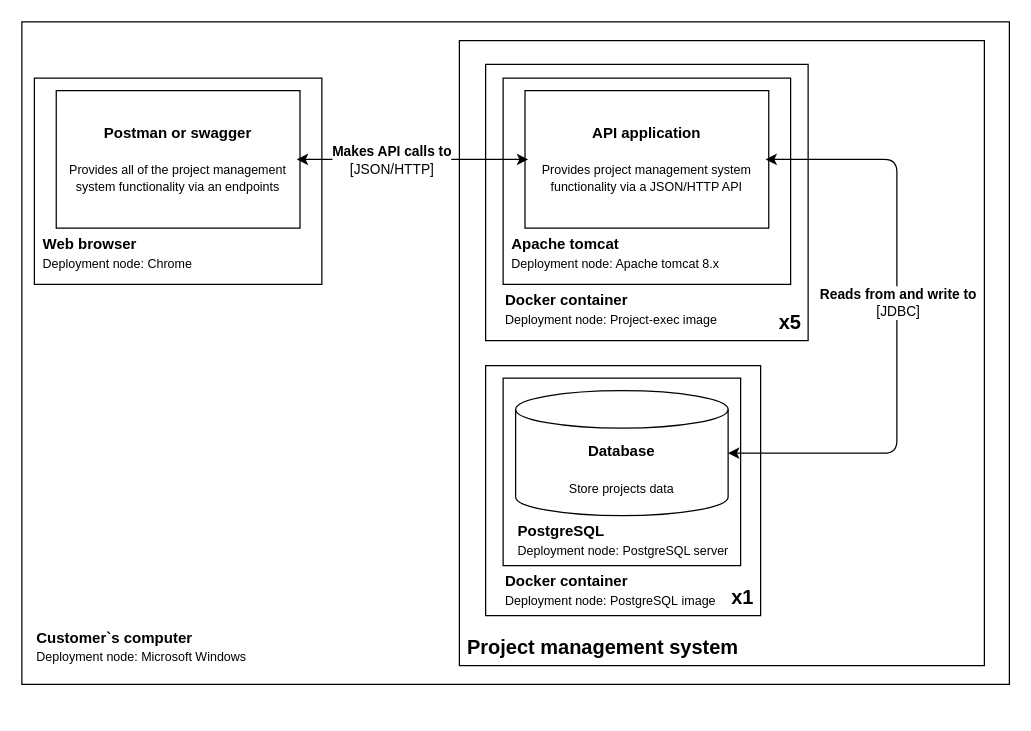
PavelNaymovets/project_management_system keeps this draw.io diagram as doc/arch/deployment/drawio/deployment diagram.drawio. Above is the earlier version. Source tidied: cells renumbered, new cells numbered last; positions are measured from the earlier drawing's top-left corner, leaving out a move shared by most shapes. Both pictures are drawn from the tidied source at 125%, with x=0, y=0 at pixel (21, 21).
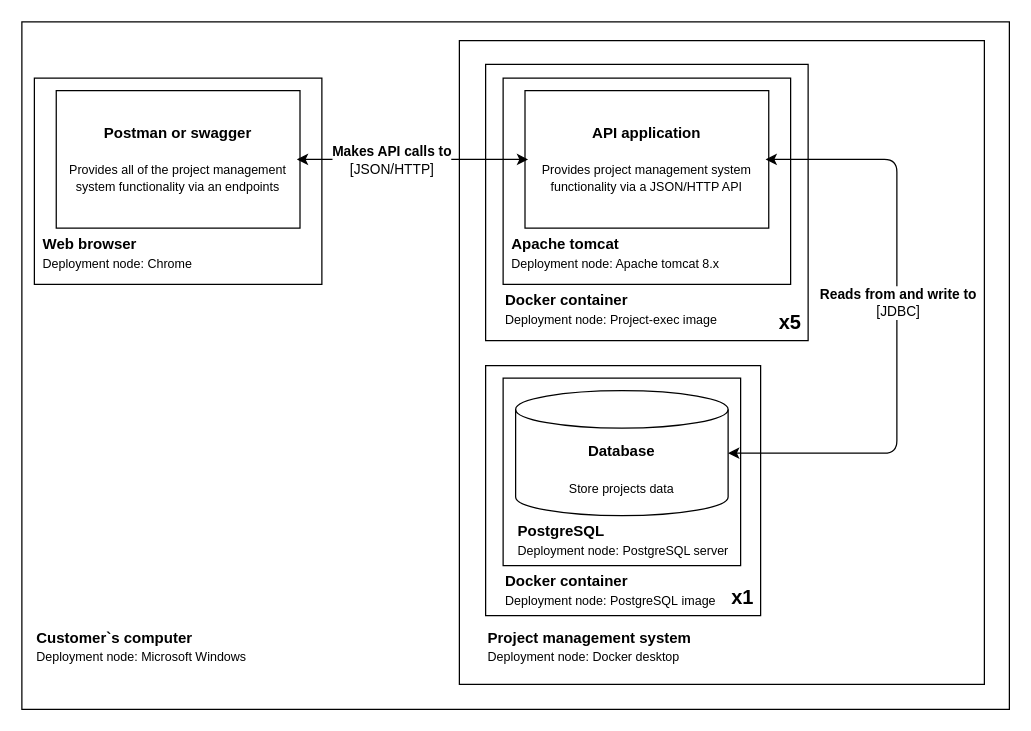
The same diagram, later.

Commit message (it also covers changes not shown here):
#3 corrected deployment diagram.

The edit, as a diff of the source:
```diff
@@
     <mxCell id="2" style="rounded=0;whiteSpace=wrap;html=1;" parent="1" vertex="1">
-      <mxGeometry width="790" height="530" as="geometry" />
+      <mxGeometry width="790" height="550" as="geometry" />
     </mxCell>
@@
     <mxCell id="8" value="&lt;font style=&quot;font-size: 10px;&quot;&gt;&lt;br&gt;&lt;/font&gt;" style="rounded=0;whiteSpace=wrap;html=1;" parent="1" vertex="1">
-      <mxGeometry x="350" y="15" width="420" height="500" as="geometry" />
+      <mxGeometry x="350" y="15" width="420" height="515" as="geometry" />
     </mxCell>
-    <mxCell id="9" value="&lt;font style=&quot;font-size: 16px;&quot;&gt;Project management system&lt;/font&gt;" style="text;html=1;strokeColor=none;fillColor=none;align=center;verticalAlign=middle;whiteSpace=wrap;rounded=0;fontStyle=1;" parent="1" vertex="1">
-      <mxGeometry x="350" y="485" width="230" height="30" as="geometry" />
-    </mxCell>
@@
+    <mxCell id="27" value="&lt;span style=&quot;border-color: var(--border-color);&quot;&gt;&lt;b&gt;Project management system&lt;/b&gt;&lt;br&gt;&lt;font style=&quot;font-size: 10px;&quot;&gt;Deployment node: Docker desktop&lt;/font&gt;&lt;br&gt;&lt;/span&gt;" style="text;html=1;strokeColor=none;fillColor=none;align=left;verticalAlign=middle;whiteSpace=wrap;rounded=0;" parent="1" vertex="1">
+      <mxGeometry x="371" y="480" width="180" height="40" as="geometry" />
+    </mxCell>
```
